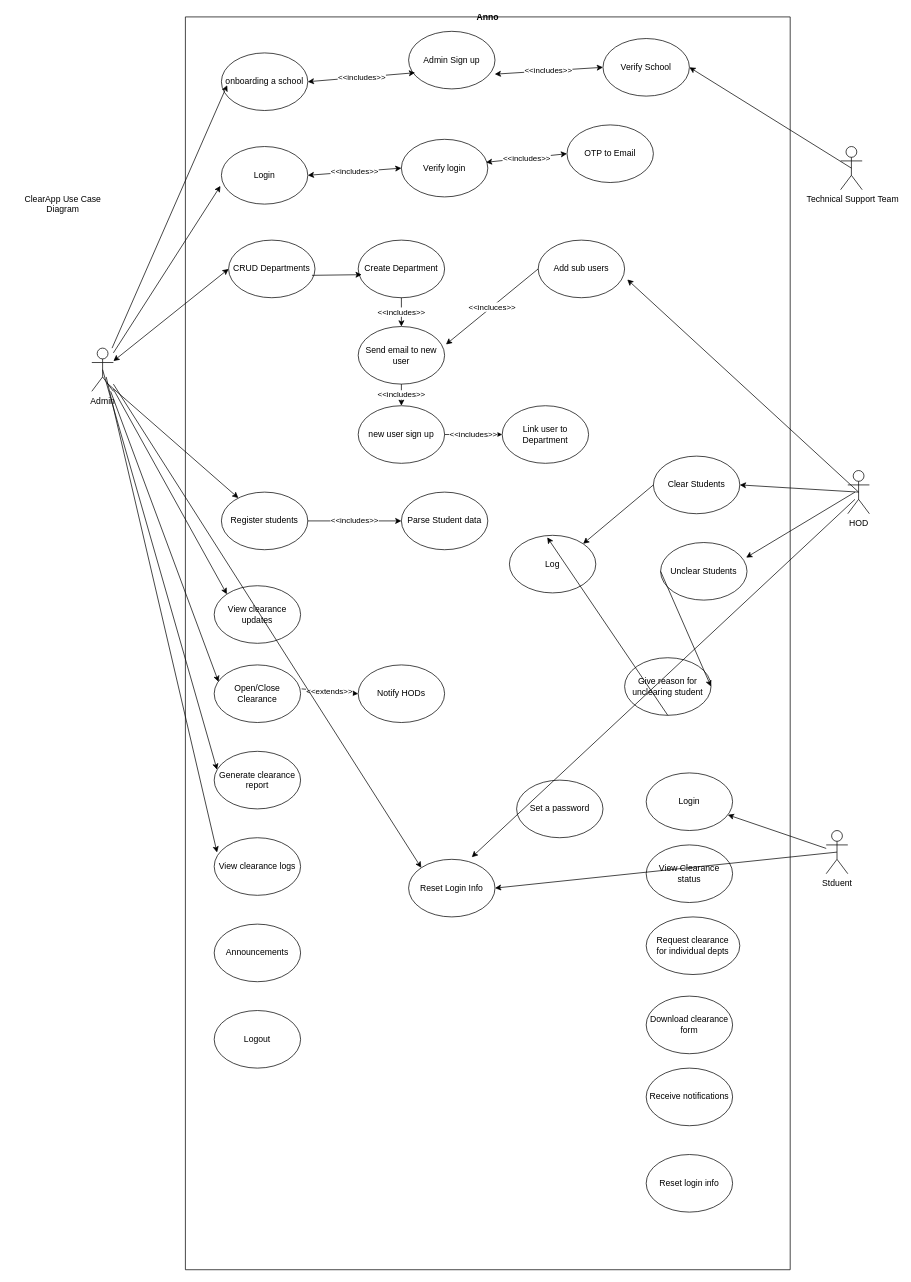
This is page "Page-1" (1 of 2) of clearappuml.drawio from Reneboa-ITS/diagrams, a draw.io file, before an edit. Source tidied: cells renumbered, new cells numbered last; positions are measured from the earlier drawing's top-left corner, leaving out a move shared by most shapes. Both pictures are drawn from the tidied source at 72%, with x=0, y=0 at pixel (12, 17).
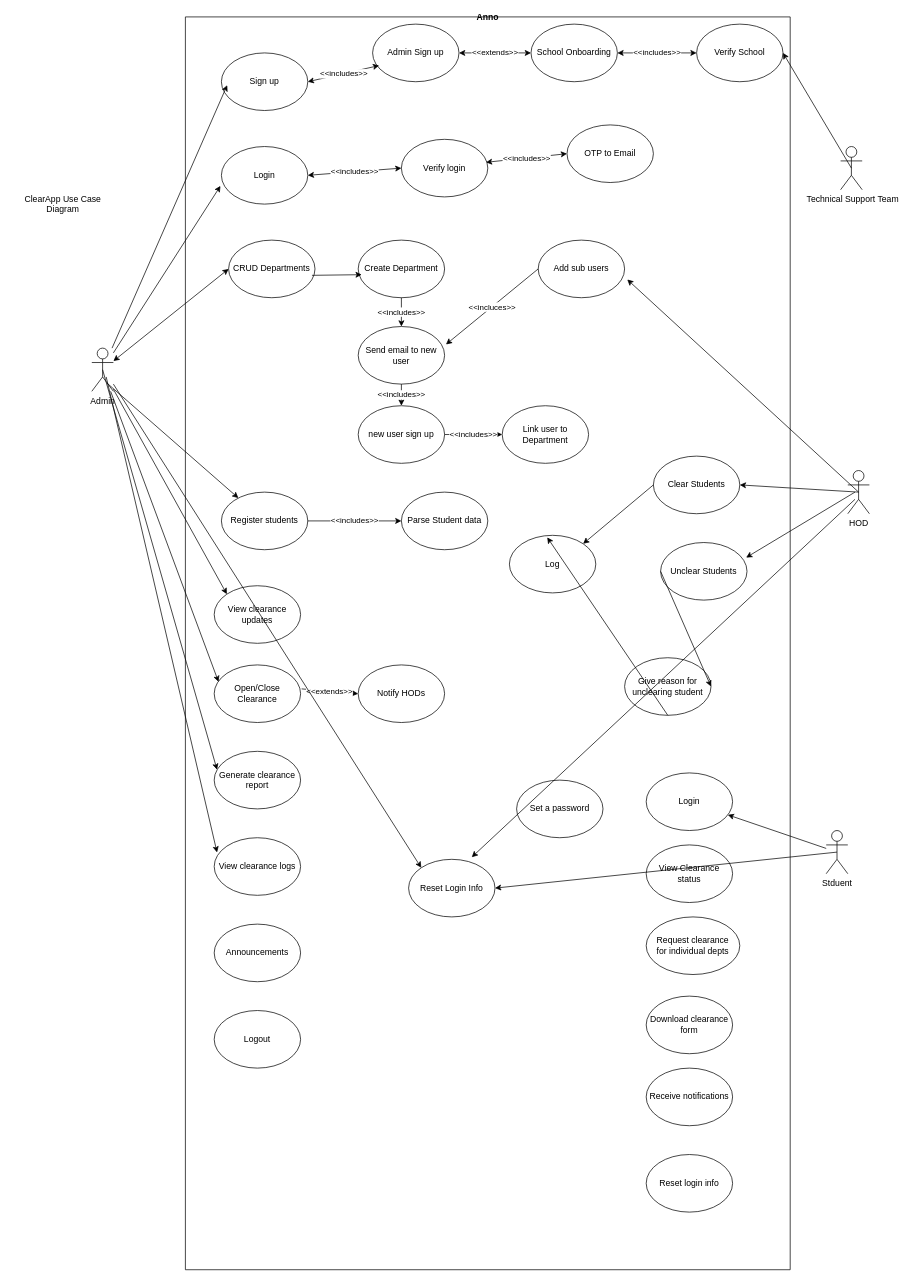
The same page after the edit.

The change refers to these unchanged cells:
```xml
<mxCell id="3" value="Anno" style="swimlane;startSize=0;" parent="1" vertex="1">
  <mxGeometry x="240" width="840" height="1740" as="geometry" />
</mxCell>
```

Change to the diagram source:
```diff
@@
-    <mxCell id="4" value="onboarding a school" style="ellipse;whiteSpace=wrap;html=1;" parent="3" vertex="1">
+    <mxCell id="4" value="Sign up" style="ellipse;whiteSpace=wrap;html=1;" parent="3" vertex="1">
       <mxGeometry x="50" y="50" width="120" height="80" as="geometry" />
     </mxCell>
@@
     <mxCell id="14" value="Admin Sign up" style="ellipse;whiteSpace=wrap;html=1;" parent="3" vertex="1">
-      <mxGeometry x="310" y="20" width="120" height="80" as="geometry" />
+      <mxGeometry x="260" y="10" width="120" height="80" as="geometry" />
     </mxCell>
@@
     <mxCell id="16" value="Verify School" style="ellipse;whiteSpace=wrap;html=1;" parent="3" vertex="1">
-      <mxGeometry x="580" y="30" width="120" height="80" as="geometry" />
+      <mxGeometry x="710" y="10" width="120" height="80" as="geometry" />
     </mxCell>
-    <mxCell id="17" value="&amp;lt;&amp;lt;includes&amp;gt;&amp;gt;" style="endArrow=classic;startArrow=classic;html=1;rounded=0;exitX=0.997;exitY=0.744;exitDx=0;exitDy=0;exitPerimeter=0;entryX=0;entryY=0.5;entryDx=0;entryDy=0;" parent="3" edge="1" source="14" target="16">
+    <mxCell id="17" value="&amp;lt;&amp;lt;includes&amp;gt;&amp;gt;" style="endArrow=classic;startArrow=classic;html=1;rounded=0;entryX=0;entryY=0.5;entryDx=0;entryDy=0;exitX=1;exitY=0.5;exitDx=0;exitDy=0;" parent="3" edge="1" source="71" target="16">
       <mxGeometry relative="1" as="geometry" />
     </mxCell>
@@
+    <mxCell id="71" value="School Onboarding" style="ellipse;whiteSpace=wrap;html=1;" parent="3" vertex="1">
+      <mxGeometry x="480" y="10" width="120" height="80" as="geometry" />
+    </mxCell>
+    <mxCell id="72" value="&amp;lt;&amp;lt;extends&amp;gt;&amp;gt;" style="endArrow=classic;startArrow=classic;html=1;rounded=0;exitX=1;exitY=0.5;exitDx=0;exitDy=0;entryX=0;entryY=0.5;entryDx=0;entryDy=0;" parent="3" edge="1" source="14" target="71">
+      <mxGeometry relative="1" as="geometry" />
+    </mxCell>
```
